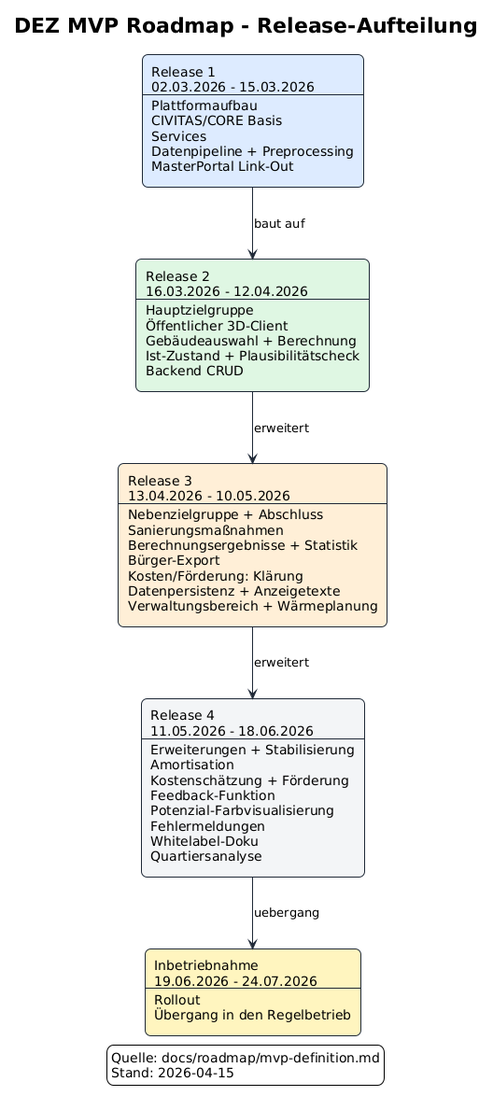
Before: docs/roadmap/attachments/mvp-roadmap.png, a diagram exported from PlantUML (csi-FOXBYTE/Regensburg_DigitalerEnergieZwilling_Backend).
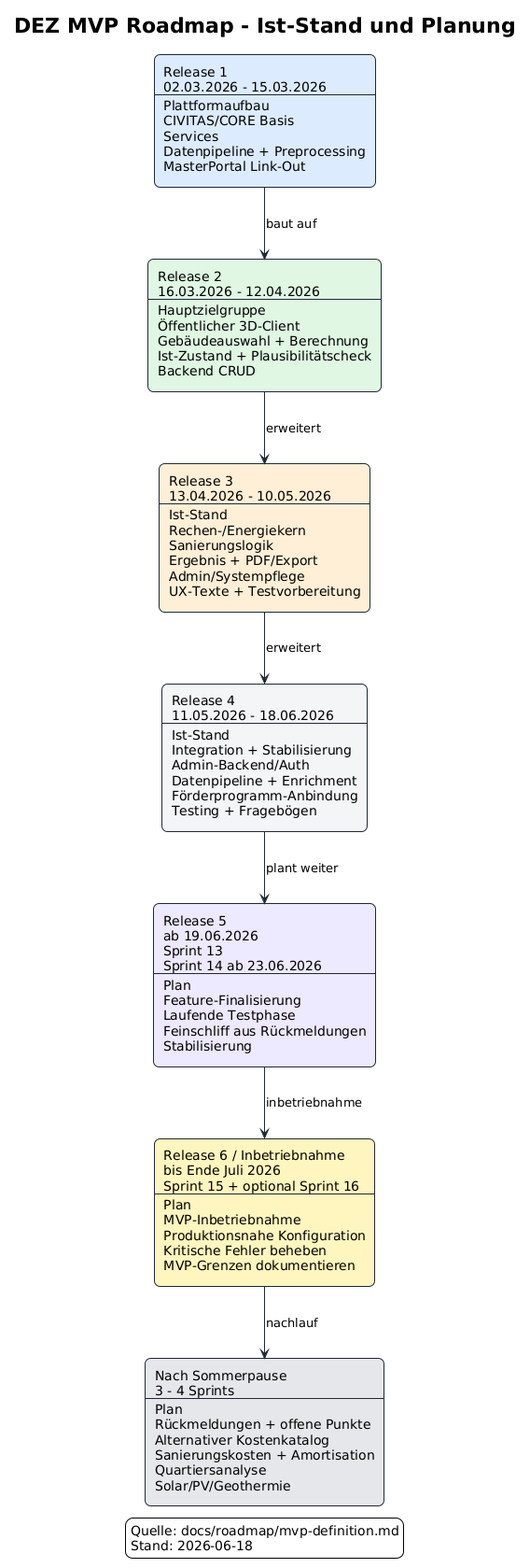
Later version of the same file.

Change to the diagram source:
```diff
@@ -1,7 +1,7 @@
 @startuml
 !theme plain
 
-title DEZ MVP Roadmap - Release-Aufteilung
+title DEZ MVP Roadmap - Ist-Stand und Planung
 top to bottom direction
 
 skinparam shadowing false
@@ -16,20 +16,26 @@
 
 rectangle "Release 2%n()16.03.2026 - 12.04.2026%n()---%n()Hauptzielgruppe%n()Öffentlicher 3D-Client%n()Gebäudeauswahl + Berechnung%n()Ist-Zustand + Plausibilitätscheck%n()Backend CRUD" as R2 #DFF7E2
 
-rectangle "Release 3%n()13.04.2026 - 10.05.2026%n()---%n()Nebenzielgruppe + Abschluss%n()Sanierungsmaßnahmen%n()Berechnungsergebnisse + Statistik%n()Bürger-Export%n()Kosten/Förderung: Klärung%n()Datenpersistenz + Anzeigetexte%n()Verwaltungsbereich + Wärmeplanung" as R3 #FFEFD6
+rectangle "Release 3%n()13.04.2026 - 10.05.2026%n()---%n()Ist-Stand%n()Rechen-/Energiekern%n()Sanierungslogik%n()Ergebnis + PDF/Export%n()Admin/Systempflege%n()UX-Texte + Testvorbereitung" as R3 #FFEFD6
 
-rectangle "Release 4%n()11.05.2026 - 18.06.2026%n()---%n()Erweiterungen + Stabilisierung%n()Amortisation%n()Kostenschätzung + Förderung%n()Feedback-Funktion%n()Potenzial-Farbvisualisierung%n()Fehlermeldungen%n()Whitelabel-Doku%n()Quartiersanalyse" as R4 #F3F4F6
+rectangle "Release 4%n()11.05.2026 - 18.06.2026%n()---%n()Ist-Stand%n()Integration + Stabilisierung%n()Admin-Backend/Auth%n()Datenpipeline + Enrichment%n()Förderprogramm-Anbindung%n()Testing + Fragebögen" as R4 #F3F4F6
 
-rectangle "Inbetriebnahme%n()19.06.2026 - 24.07.2026%n()---%n()Rollout%n()Übergang in den Regelbetrieb" as GO #FFF4BF
+rectangle "Release 5%n()ab 19.06.2026%n()Sprint 13%n()Sprint 14 ab 23.06.2026%n()---%n()Plan%n()Feature-Finalisierung%n()Laufende Testphase%n()Feinschliff aus Rückmeldungen%n()Stabilisierung" as R5 #EDE9FE
+
+rectangle "Release 6 / Inbetriebnahme%n()bis Ende Juli 2026%n()Sprint 15 + optional Sprint 16%n()---%n()Plan%n()MVP-Inbetriebnahme%n()Produktionsnahe Konfiguration%n()Kritische Fehler beheben%n()MVP-Grenzen dokumentieren" as R6 #FFF4BF
+
+rectangle "Nach Sommerpause%n()3 - 4 Sprints%n()---%n()Plan%n()Rückmeldungen + offene Punkte%n()Alternativer Kostenkatalog%n()Sanierungskosten + Amortisation%n()Quartiersanalyse%n()Solar/PV/Geothermie" as POST #E5E7EB
 
 R1 --> R2 : baut auf
 R2 --> R3 : erweitert
 R3 --> R4 : erweitert
-R4 --> GO : uebergang
+R4 --> R5 : plant weiter
+R5 --> R6 : inbetriebnahme
+R6 --> POST : nachlauf
 
 legend right
   Quelle: docs/roadmap/mvp-definition.md
-  Stand: 2026-04-15
+  Stand: 2026-06-18
 endlegend
 
 @enduml
```
